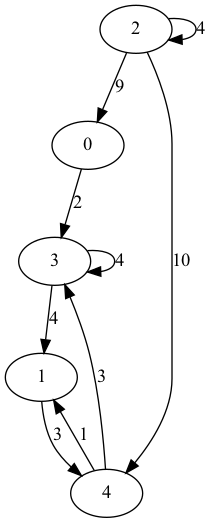
Before: lab_08/graph.png, a diagram exported from Graphviz (EmirShimshir/BMSTU_sem3_TaSD). Its source is kept beside it as lab_08/data/graph.gv.
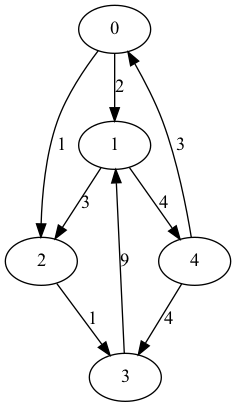
Later version of the same file.

What changed in the source:
```diff
@@ -1,11 +1,10 @@
 digraph LAB_08 {
-0 -> 3 [label="2"];
-1 -> 4 [label="3"];
-2 -> 0 [label="9"];
-2 -> 2 [label="4"];
-2 -> 4 [label="10"];
-3 -> 1 [label="4"];
-3 -> 3 [label="4"];
-4 -> 1 [label="1"];
-4 -> 3 [label="3"];
+0 -> 1 [label="2"];
+0 -> 2 [label="1"];
+1 -> 2 [label="3"];
+1 -> 4 [label="4"];
+2 -> 3 [label="1"];
+3 -> 1 [label="9"];
+4 -> 0 [label="3"];
+4 -> 3 [label="4"];
 }
```
